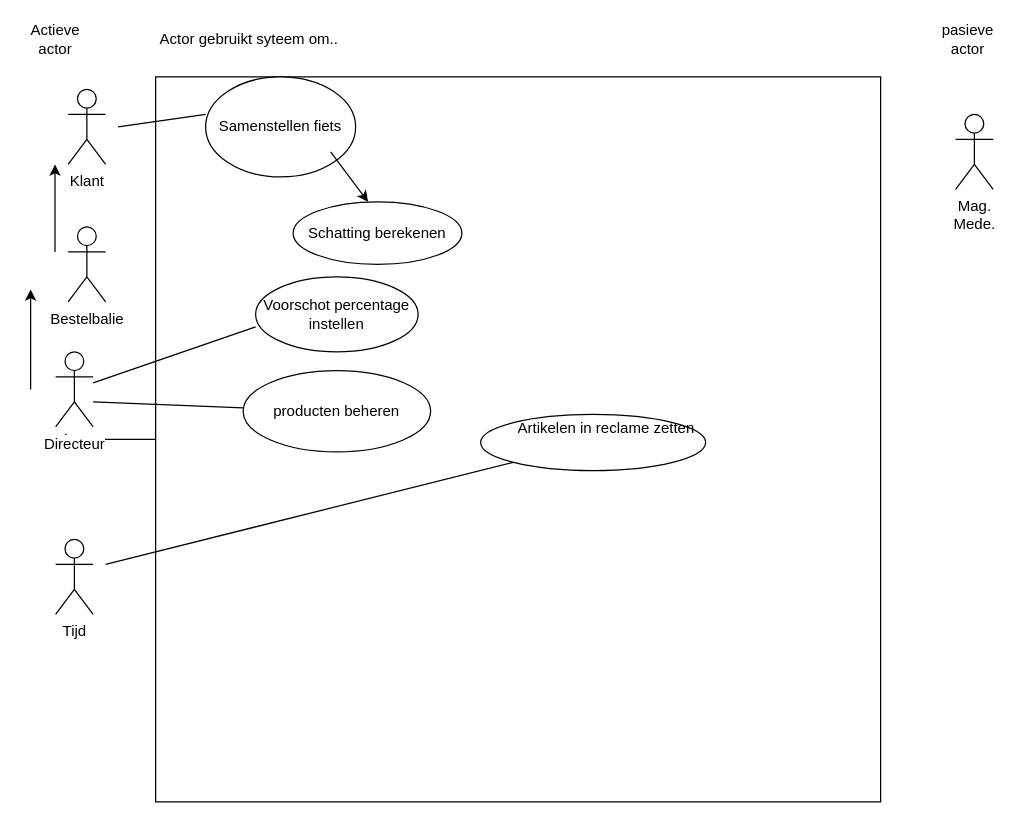
The draw.io diagram Fietsenfabriek_Taak.drawio in donnie1998/thomasmore2019-2020, before the edit. Source tidied: cells renumbered, new cells numbered last; positions are measured from the earlier drawing's top-left corner, leaving out a move shared by most shapes. Both pictures are drawn from the tidied source at 125%, with x=0, y=0 at pixel (30, 26).
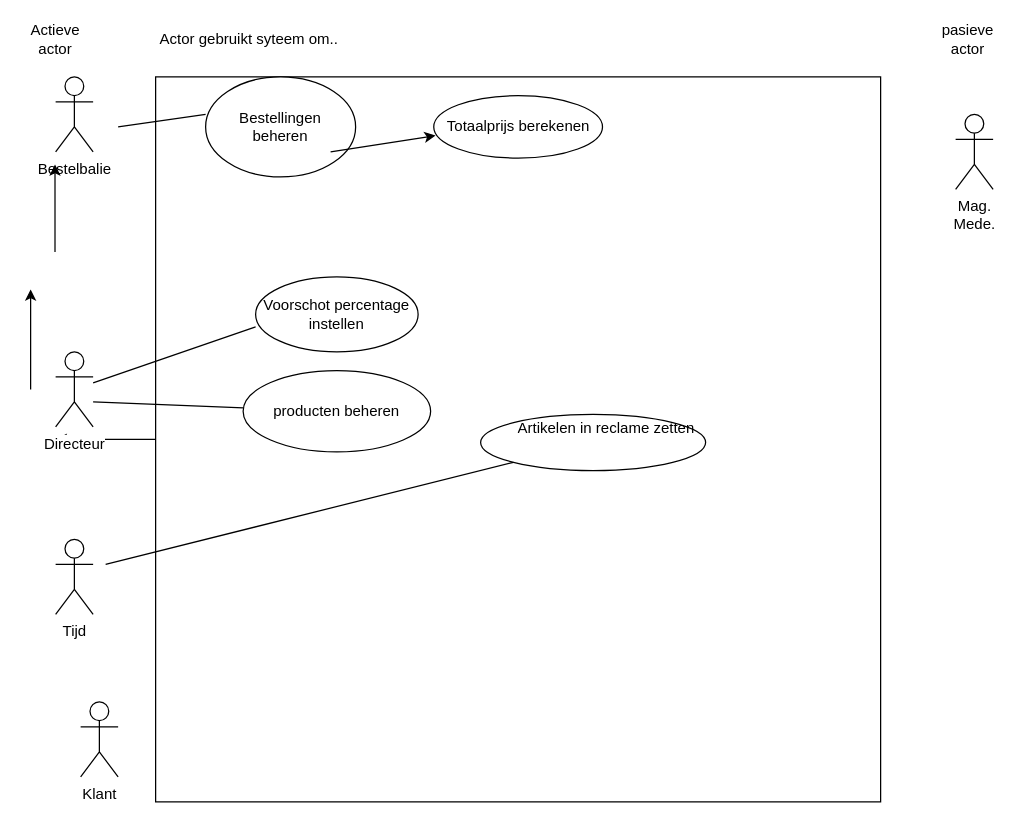
After the change.

Change to the diagram source:
```diff
@@
     <mxCell id="4" value="Bestelbalie" style="shape=umlActor;verticalLabelPosition=bottom;labelBackgroundColor=#ffffff;verticalAlign=top;html=1;" parent="1" vertex="1">
-      <mxGeometry x="30" y="160" width="30" height="60" as="geometry" />
+      <mxGeometry x="20" y="40" width="30" height="60" as="geometry" />
     </mxCell>
     <mxCell id="5" value="Klant" style="shape=umlActor;verticalLabelPosition=bottom;labelBackgroundColor=#ffffff;verticalAlign=top;html=1;" parent="1" vertex="1">
-      <mxGeometry x="30" y="50" width="30" height="60" as="geometry" />
+      <mxGeometry x="40" y="540" width="30" height="60" as="geometry" />
     </mxCell>
@@
-    <mxCell id="15" value="Schatting berekenen" style="ellipse;whiteSpace=wrap;html=1;" parent="1" vertex="1">
-      <mxGeometry x="210" y="140" width="135" height="50" as="geometry" />
+    <mxCell id="15" value="Totaalprijs berekenen" style="ellipse;whiteSpace=wrap;html=1;" parent="1" vertex="1">
+      <mxGeometry x="322.5" y="55" width="135" height="50" as="geometry" />
     </mxCell>
@@
-    <mxCell id="17" value="Samenstellen fiets" style="ellipse;whiteSpace=wrap;html=1;" parent="1" vertex="1">
+    <mxCell id="17" value="&lt;div&gt;Bestellingen &lt;br&gt;&lt;/div&gt;&lt;div&gt;beheren&lt;/div&gt;" style="ellipse;whiteSpace=wrap;html=1;" parent="1" vertex="1">
       <mxGeometry x="140" y="40" width="120" height="80" as="geometry" />
     </mxCell>
@@
-    <mxCell id="19" style="endArrow=classic;html=1;" parent="1" edge="1">
+    <mxCell id="19" style="endArrow=classic;html=1;entryX=0.011;entryY=0.64;entryDx=0;entryDy=0;entryPerimeter=0;" parent="1" edge="1" target="15">
       <mxGeometry relative="1" as="geometry">
         <mxPoint x="240" y="100" as="sourcePoint" />
-        <mxPoint x="270" y="140" as="targetPoint" />
       </mxGeometry>
     </mxCell>
```
